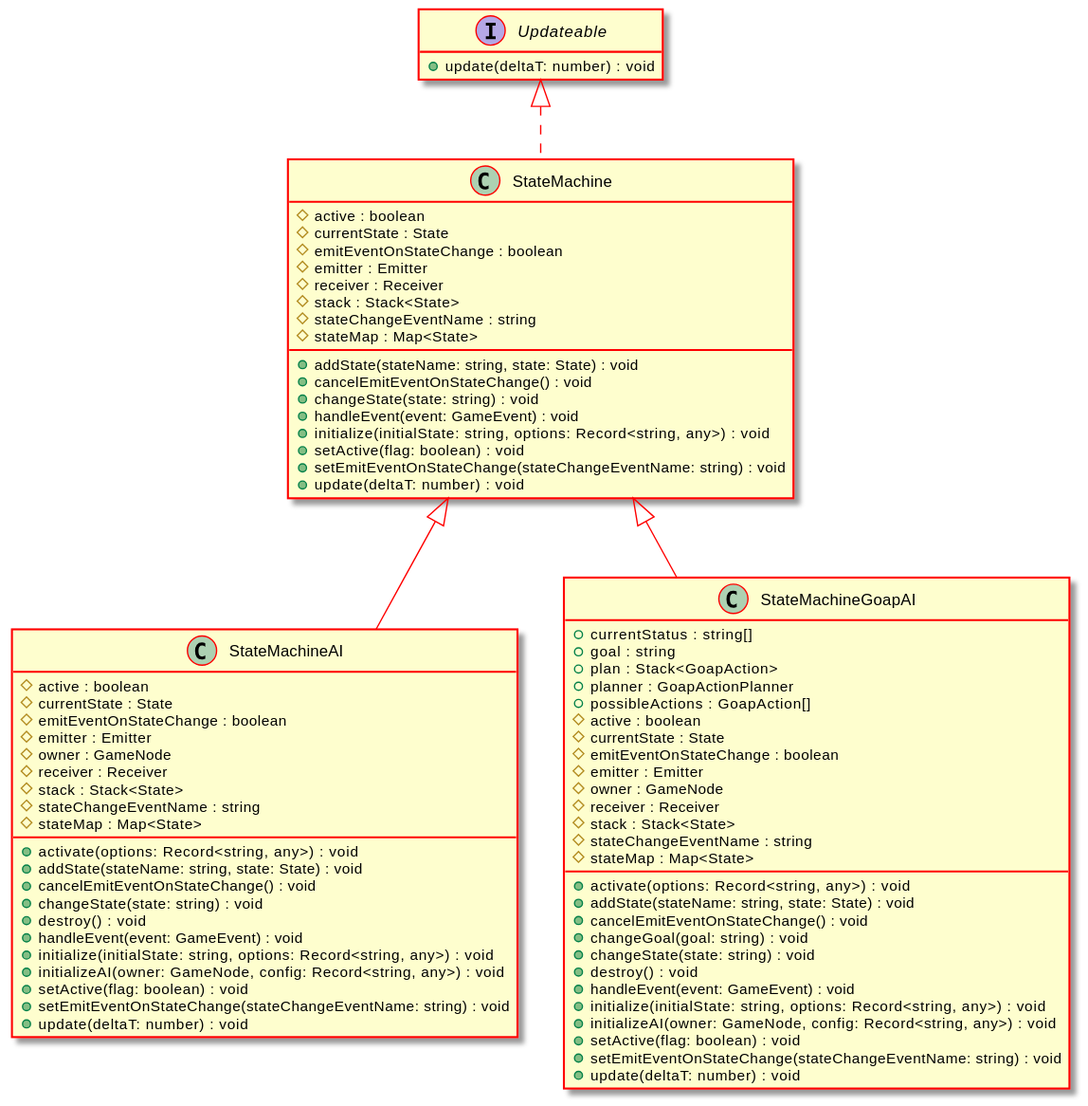
Before: docs/api/assets/StateMachine-umlClassDiagram-1032.svg, a diagram exported from PlantUML (Test123938/Test2). The source it was exported from:
```plantuml
@startuml
skinparam ClassArrowColor #ff0000
skinparam ClassBorderColor #ff0000
skinparam BackgroundColor transparent
hide empty methods
hide empty fields
class "StateMachine" {
    #active : boolean
    #currentState : State
    #emitEventOnStateChange : boolean
    #emitter : Emitter
    #receiver : Receiver
    #stack : Stack<State>
    #stateChangeEventName : string
    #stateMap : Map<State>
    +addState(stateName: string, state: State) : void
    +cancelEmitEventOnStateChange() : void
    +changeState(state: string) : void
    +handleEvent(event: GameEvent) : void
    +initialize(initialState: string, options: Record<string, any>) : void
    +setActive(flag: boolean) : void
    +setEmitEventOnStateChange(stateChangeEventName: string) : void
    +update(deltaT: number) : void
}
interface "Updateable" {
    +update(deltaT: number) : void
}
"Updateable" <|.. "StateMachine"
class "StateMachineAI" {
    #active : boolean
    #currentState : State
    #emitEventOnStateChange : boolean
    #emitter : Emitter
    #owner : GameNode
    #receiver : Receiver
    #stack : Stack<State>
    #stateChangeEventName : string
    #stateMap : Map<State>
    +activate(options: Record<string, any>) : void
    +addState(stateName: string, state: State) : void
    +cancelEmitEventOnStateChange() : void
    +changeState(state: string) : void
    +destroy() : void
    +handleEvent(event: GameEvent) : void
    +initialize(initialState: string, options: Record<string, any>) : void
    +initializeAI(owner: GameNode, config: Record<string, any>) : void
    +setActive(flag: boolean) : void
    +setEmitEventOnStateChange(stateChangeEventName: string) : void
    +update(deltaT: number) : void
}
"StateMachine" <|-- "StateMachineAI"
class "StateMachineGoapAI" {
    +currentStatus : string[]
    +goal : string
    +plan : Stack<GoapAction>
    +planner : GoapActionPlanner
    +possibleActions : GoapAction[]
    #active : boolean
    #currentState : State
    #emitEventOnStateChange : boolean
    #emitter : Emitter
    #owner : GameNode
    #receiver : Receiver
    #stack : Stack<State>
    #stateChangeEventName : string
    #stateMap : Map<State>
    +activate(options: Record<string, any>) : void
    +addState(stateName: string, state: State) : void
    +cancelEmitEventOnStateChange() : void
    +changeGoal(goal: string) : void
    +changeState(state: string) : void
    +destroy() : void
    +handleEvent(event: GameEvent) : void
    +initialize(initialState: string, options: Record<string, any>) : void
    +initializeAI(owner: GameNode, config: Record<string, any>) : void
    +setActive(flag: boolean) : void
    +setEmitEventOnStateChange(stateChangeEventName: string) : void
    +update(deltaT: number) : void
}
"StateMachine" <|-- "StateMachineGoapAI"
@enduml
```
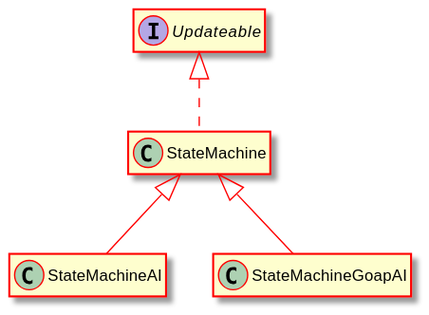
Later version of the same file.

Diff of the diagram source:
```diff
@@ -5,77 +5,14 @@
 hide empty methods
 hide empty fields
 class "StateMachine" {
-    #active : boolean
-    #currentState : State
-    #emitEventOnStateChange : boolean
-    #emitter : Emitter
-    #receiver : Receiver
-    #stack : Stack<State>
-    #stateChangeEventName : string
-    #stateMap : Map<State>
-    +addState(stateName: string, state: State) : void
-    +cancelEmitEventOnStateChange() : void
-    +changeState(state: string) : void
-    +handleEvent(event: GameEvent) : void
-    +initialize(initialState: string, options: Record<string, any>) : void
-    +setActive(flag: boolean) : void
-    +setEmitEventOnStateChange(stateChangeEventName: string) : void
-    +update(deltaT: number) : void
 }
 interface "Updateable" {
-    +update(deltaT: number) : void
 }
 "Updateable" <|.. "StateMachine"
 class "StateMachineAI" {
-    #active : boolean
-    #currentState : State
-    #emitEventOnStateChange : boolean
-    #emitter : Emitter
-    #owner : GameNode
-    #receiver : Receiver
-    #stack : Stack<State>
-    #stateChangeEventName : string
-    #stateMap : Map<State>
-    +activate(options: Record<string, any>) : void
-    +addState(stateName: string, state: State) : void
-    +cancelEmitEventOnStateChange() : void
-    +changeState(state: string) : void
-    +destroy() : void
-    +handleEvent(event: GameEvent) : void
-    +initialize(initialState: string, options: Record<string, any>) : void
-    +initializeAI(owner: GameNode, config: Record<string, any>) : void
-    +setActive(flag: boolean) : void
-    +setEmitEventOnStateChange(stateChangeEventName: string) : void
-    +update(deltaT: number) : void
 }
 "StateMachine" <|-- "StateMachineAI"
 class "StateMachineGoapAI" {
-    +currentStatus : string[]
-    +goal : string
-    +plan : Stack<GoapAction>
-    +planner : GoapActionPlanner
-    +possibleActions : GoapAction[]
-    #active : boolean
-    #currentState : State
-    #emitEventOnStateChange : boolean
-    #emitter : Emitter
-    #owner : GameNode
-    #receiver : Receiver
-    #stack : Stack<State>
-    #stateChangeEventName : string
-    #stateMap : Map<State>
-    +activate(options: Record<string, any>) : void
-    +addState(stateName: string, state: State) : void
-    +cancelEmitEventOnStateChange() : void
-    +changeGoal(goal: string) : void
-    +changeState(state: string) : void
-    +destroy() : void
-    +handleEvent(event: GameEvent) : void
-    +initialize(initialState: string, options: Record<string, any>) : void
-    +initializeAI(owner: GameNode, config: Record<string, any>) : void
-    +setActive(flag: boolean) : void
-    +setEmitEventOnStateChange(stateChangeEventName: string) : void
-    +update(deltaT: number) : void
 }
 "StateMachine" <|-- "StateMachineGoapAI"
 @enduml
```
